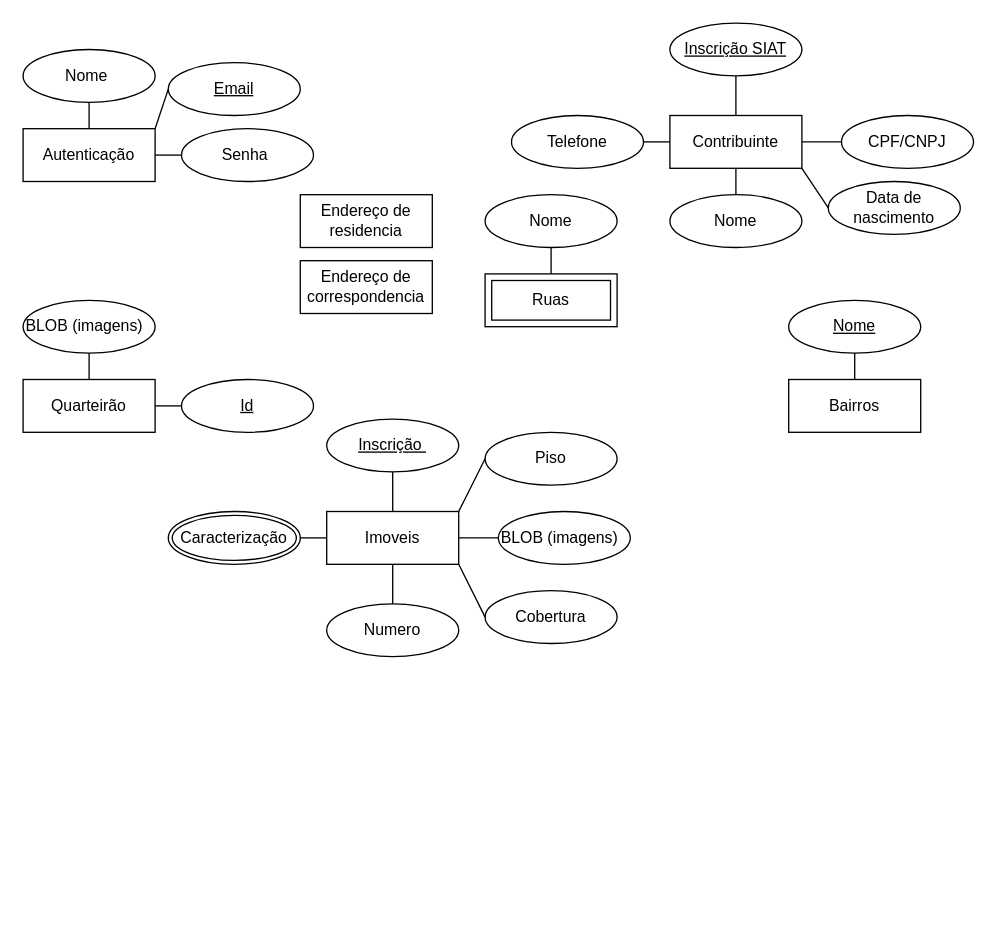
The draw.io diagram ER.drawio in FloraRosaPupo/App-cadastro-imobiliario, before the edit. Source tidied: cells renumbered, new cells numbered last; positions are measured from the earlier drawing's top-left corner, leaving out a move shared by most shapes. Both pictures are drawn from the tidied source at 132%, with x=0, y=0 at pixel (22, 22).
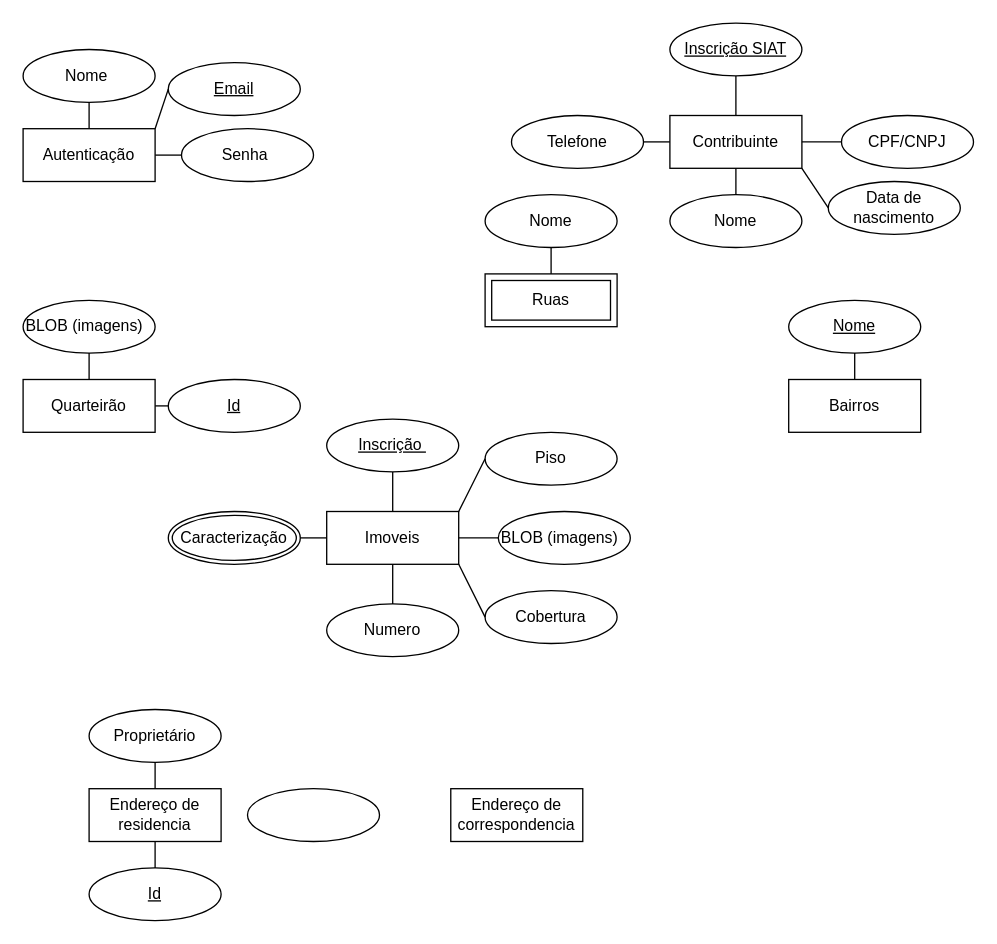
The same diagram, later.

What changed in the source:
```diff
@@
     <mxCell id="10" value="Id" style="ellipse;whiteSpace=wrap;html=1;align=center;fontStyle=4;" parent="1" vertex="1">
-      <mxGeometry x="120" y="270" width="100" height="40" as="geometry" />
+      <mxGeometry x="110" y="270" width="100" height="40" as="geometry" />
     </mxCell>
@@
     <mxCell id="19" value="Endereço de correspondencia" style="whiteSpace=wrap;html=1;align=center;" parent="1" vertex="1">
-      <mxGeometry x="210" y="180" width="100" height="40" as="geometry" />
+      <mxGeometry x="324" y="580" width="100" height="40" as="geometry" />
     </mxCell>
     <mxCell id="20" value="Endereço de residencia" style="whiteSpace=wrap;html=1;align=center;" parent="1" vertex="1">
-      <mxGeometry x="210" y="130" width="100" height="40" as="geometry" />
+      <mxGeometry x="50" y="580" width="100" height="40" as="geometry" />
     </mxCell>
@@
+    <mxCell id="46" value="Id" style="ellipse;whiteSpace=wrap;html=1;align=center;fontStyle=4;" parent="1" vertex="1">
+      <mxGeometry x="50" y="640" width="100" height="40" as="geometry" />
+    </mxCell>
+    <mxCell id="47" style="endArrow=none;html=1;rounded=0;entryX=0.5;entryY=0;entryDx=0;entryDy=0;exitX=0.5;exitY=1;exitDx=0;exitDy=0;" parent="1" edge="1" source="20" target="46">
+      <mxGeometry relative="1" as="geometry" />
+    </mxCell>
+    <mxCell id="48" value="Proprietário" style="ellipse;whiteSpace=wrap;html=1;align=center;" parent="1" vertex="1">
+      <mxGeometry x="50" y="520" width="100" height="40" as="geometry" />
+    </mxCell>
+    <mxCell id="49" style="endArrow=none;html=1;rounded=0;entryX=0.5;entryY=0;entryDx=0;entryDy=0;exitX=0.5;exitY=1;exitDx=0;exitDy=0;" parent="1" edge="1" source="48" target="20">
+      <mxGeometry relative="1" as="geometry" />
+    </mxCell>
+    <mxCell id="50" style="ellipse;whiteSpace=wrap;html=1;align=center;" parent="1" vertex="1">
+      <mxGeometry x="170" y="580" width="100" height="40" as="geometry" />
+    </mxCell>
```
